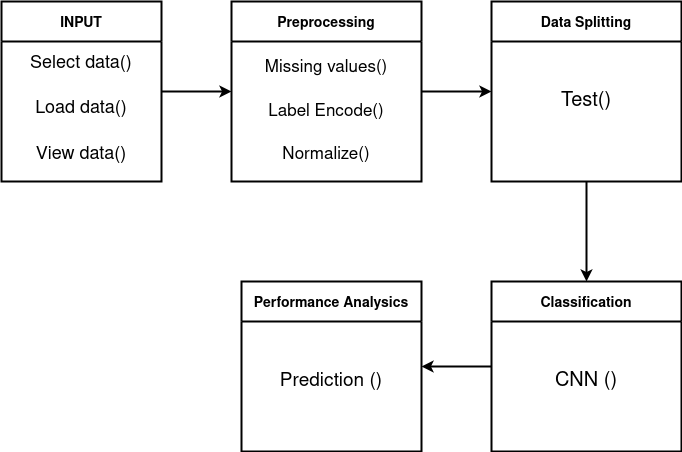
Earlier version of the draw.io export Class Diagram.drawio.png (ThenmozhiBalasubramanian/mcaProjectDiagram). Source tidied: cells renumbered, new cells last; positions are measured from the earlier drawing's top-left corner, leaving out a move shared by most shapes.
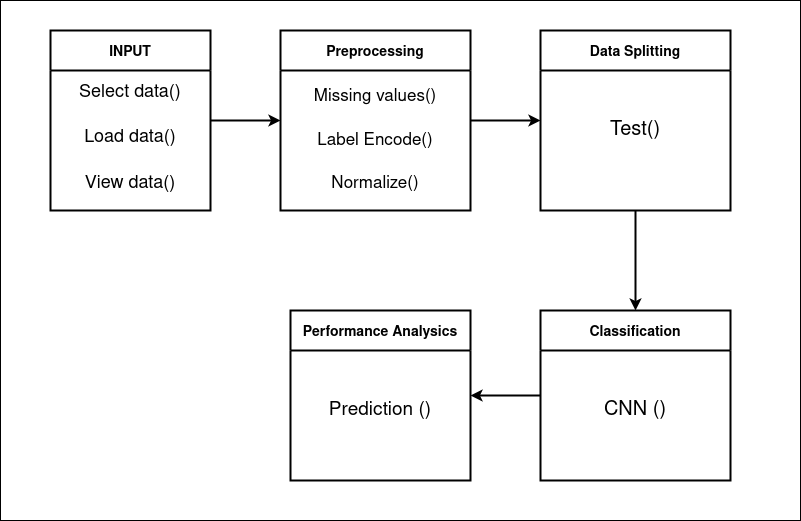
After the change.

Diff of the diagram source:
```diff
@@ -2,6 +2,9 @@
   <root>
     <mxCell id="0" />
     <mxCell id="1" parent="0" />
+    <mxCell id="16" style="rounded=0;whiteSpace=wrap;html=1;" parent="1" vertex="1">
+      <mxGeometry x="-50" y="-30" width="800" height="520" as="geometry" />
+    </mxCell>
     <mxCell id="2" value="Performance Analysics" style="swimlane;strokeWidth=2;startSize=40;fontSize=14;" parent="1" vertex="1">
       <mxGeometry x="240" y="280" width="180" height="170" as="geometry" />
     </mxCell>
```
